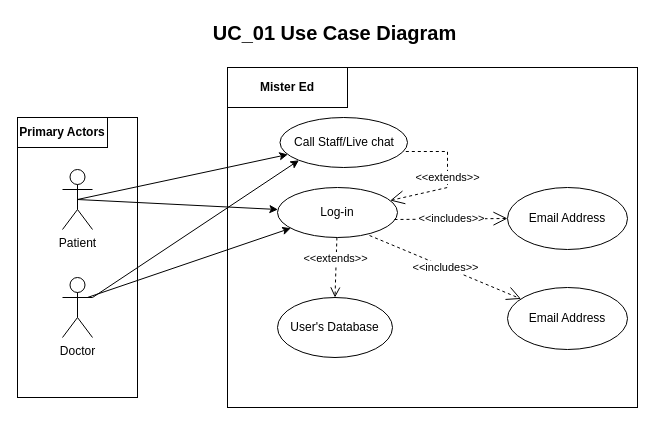
This is UC_01.drawio from SENG-350-2024-fall/Team-6, a draw.io file, before an edit. Source tidied: cells renumbered, new cells numbered last; positions are measured from the earlier drawing's top-left corner, leaving out a move shared by most shapes. Both pictures are drawn from the tidied source at 100%, with x=0, y=0 at pixel (17, 17).
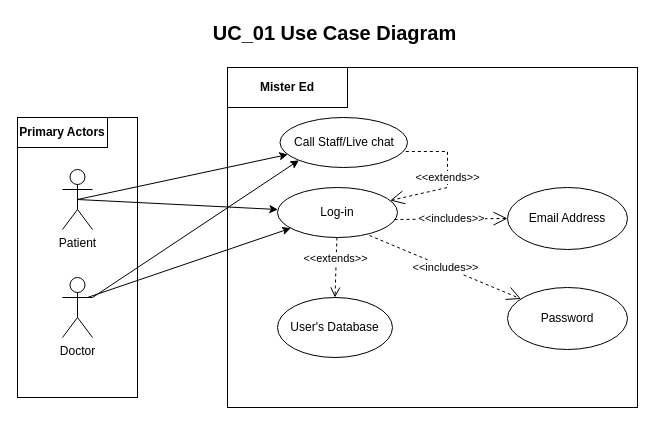
After the change.

Diff of the diagram source:
```diff
@@
-    <mxCell id="13" value="Email Address" style="ellipse;whiteSpace=wrap;html=1;" parent="1" vertex="1">
+    <mxCell id="13" value="Password" style="ellipse;whiteSpace=wrap;html=1;" parent="1" vertex="1">
       <mxGeometry x="490" y="270" width="120" height="62" as="geometry" />
     </mxCell>
```
